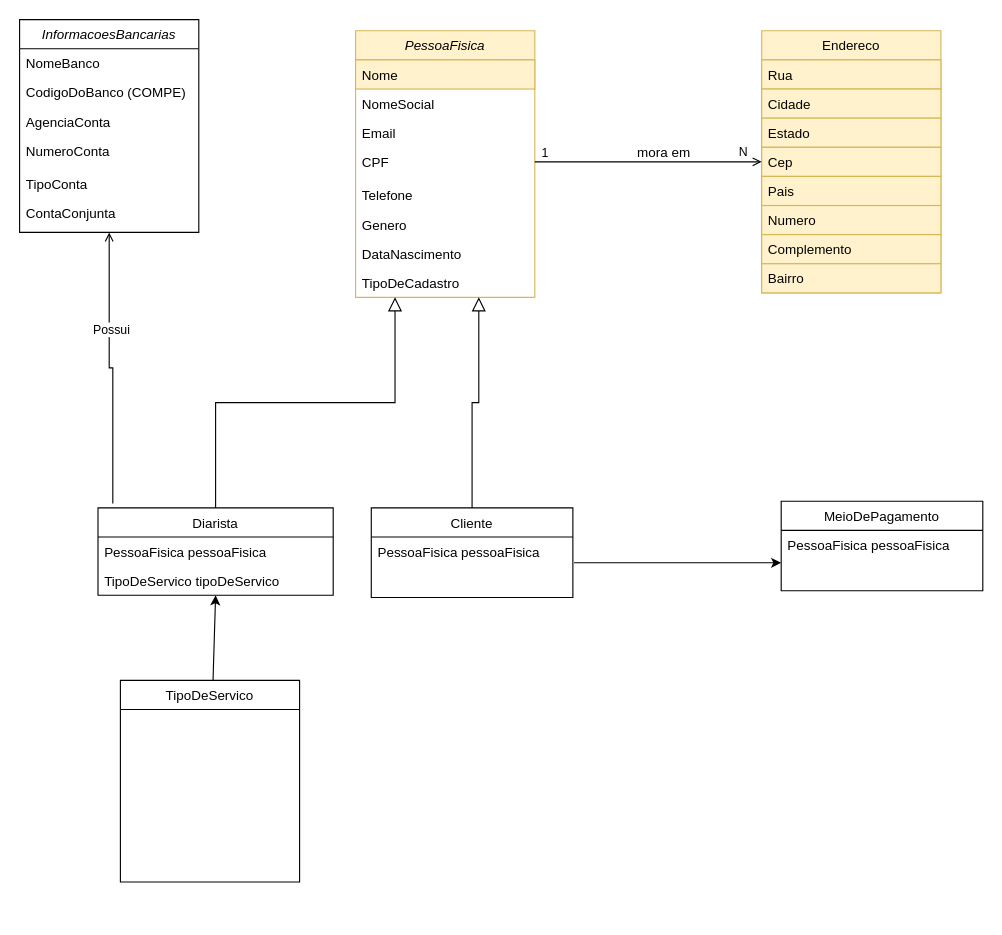
Above: Diagrama sem nome.drawio in diaristando/diaristando.server (draw.io), before the change. Source tidied: cells renumbered, new cells numbered last; positions are measured from the earlier drawing's top-left corner, leaving out a move shared by most shapes. Both pictures are drawn from the tidied source at 112%, with x=0, y=0 at pixel (19, 19).
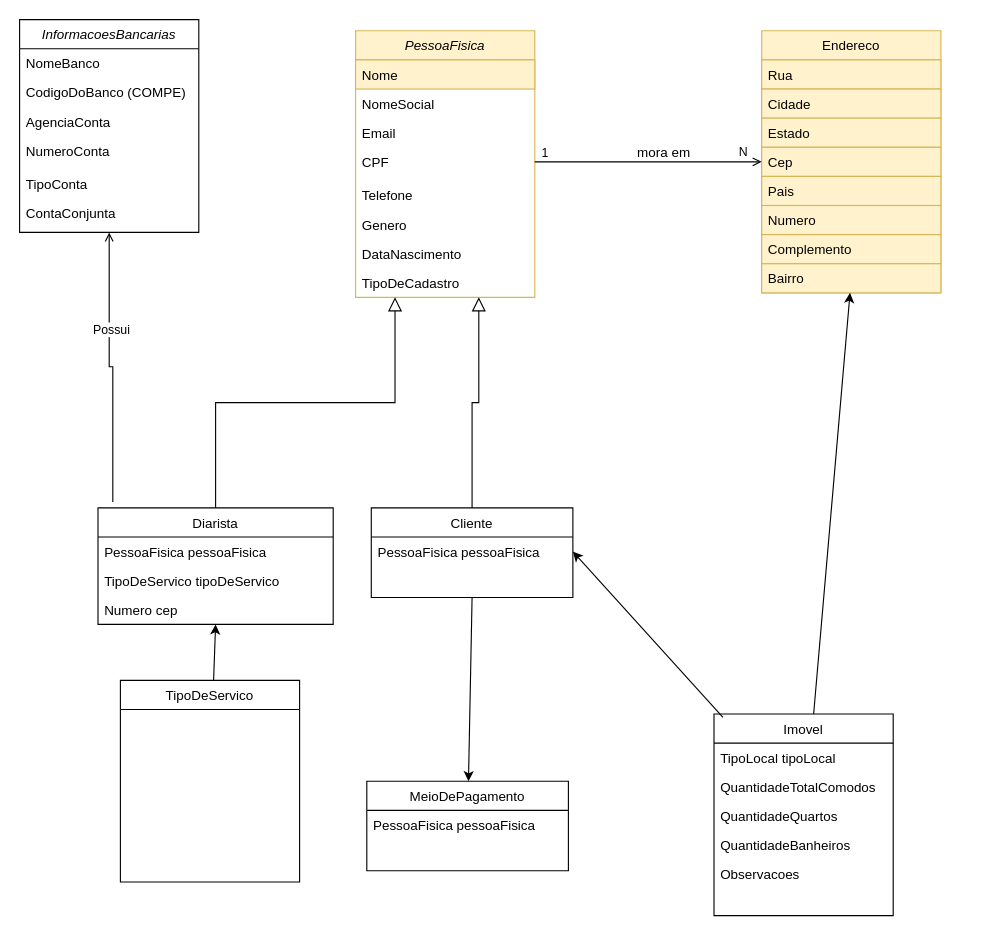
Above is the later version.

Unchanged cells that the change refers to:
```xml
<mxCell id="15" value="Cliente" style="swimlane;fontStyle=0;align=center;verticalAlign=top;horizontal=1;startSize=26;rounded=0;shadow=0;strokeWidth=1;" parent="1" vertex="1">
  <mxGeometry x="314" y="436" width="180" height="80" as="geometry" />
</mxCell>
<mxCell id="16" value="PessoaFisica pessoaFisica" style="text;align=left;verticalAlign=top;spacingLeft=4;spacingRight=4;overflow=hidden;points=[[0,0.5],[1,0.5]];portConstraint=eastwest;" parent="15" vertex="1">
  <mxGeometry y="26" width="180" height="26" as="geometry" />
</mxCell>
<mxCell id="26" value="Bairro" style="text;align=left;verticalAlign=top;spacingLeft=4;spacingRight=4;overflow=hidden;points=[[0,0.5],[1,0.5]];portConstraint=eastwest;fillColor=#fff2cc;strokeColor=#d6b656;" parent="18" vertex="1">
  <mxGeometry y="208" width="160" height="26" as="geometry" />
</mxCell>
```

Change to the diagram source:
```diff
@@
     <mxCell id="11" value="Diarista" style="swimlane;fontStyle=0;align=center;verticalAlign=top;horizontal=1;startSize=26;rounded=0;shadow=0;strokeWidth=1;" parent="1" vertex="1">
-      <mxGeometry x="70" y="436" width="210" height="78" as="geometry" />
+      <mxGeometry x="70" y="436" width="210" height="104" as="geometry" />
     </mxCell>
@@
+    <mxCell id="45" value="Numero cep" style="text;align=left;verticalAlign=top;spacingLeft=4;spacingRight=4;overflow=hidden;" parent="11" vertex="1">
+      <mxGeometry y="78" width="210" height="26" as="geometry" />
+    </mxCell>
@@
     <mxCell id="40" value="MeioDePagamento" style="swimlane;fontStyle=0;align=center;verticalAlign=top;horizontal=1;startSize=26;rounded=0;shadow=0;strokeWidth=1;" parent="1" vertex="1">
-      <mxGeometry x="680" y="430" width="180" height="80" as="geometry" />
+      <mxGeometry x="310" y="680" width="180" height="80" as="geometry" />
     </mxCell>
@@
-    <mxCell id="42" style="endArrow=classic;html=1;rounded=0;exitX=1.006;exitY=0.885;exitDx=0;exitDy=0;exitPerimeter=0;" parent="1" edge="1" source="16">
-      <mxGeometry relative="1" as="geometry">
-        <mxPoint x="680" y="485" as="targetPoint" />
-      </mxGeometry>
+    <mxCell id="42" style="endArrow=classic;html=1;rounded=0;exitX=0.5;exitY=1;exitDx=0;exitDy=0;" parent="1" edge="1" source="15" target="40">
+      <mxGeometry relative="1" as="geometry" />
     </mxCell>
@@
+    <mxCell id="46" value="Imovel" style="swimlane;fontStyle=0;align=center;verticalAlign=top;horizontal=1;startSize=26;rounded=0;shadow=0;strokeWidth=1;" parent="1" vertex="1">
+      <mxGeometry x="620" y="620" width="160" height="180" as="geometry" />
+    </mxCell>
+    <mxCell id="47" value="TipoLocal tipoLocal" style="text;align=left;verticalAlign=top;spacingLeft=4;spacingRight=4;overflow=hidden;" parent="46" vertex="1">
+      <mxGeometry y="26" width="160" height="26" as="geometry" />
+    </mxCell>
+    <mxCell id="48" value="QuantidadeTotalComodos" style="text;align=left;verticalAlign=top;spacingLeft=4;spacingRight=4;overflow=hidden;" parent="46" vertex="1">
+      <mxGeometry y="52" width="160" height="26" as="geometry" />
+    </mxCell>
+    <mxCell id="49" value="QuantidadeQuartos" style="text;align=left;verticalAlign=top;spacingLeft=4;spacingRight=4;overflow=hidden;" parent="46" vertex="1">
+      <mxGeometry y="78" width="160" height="26" as="geometry" />
+    </mxCell>
+    <mxCell id="50" value="QuantidadeBanheiros" style="text;align=left;verticalAlign=top;spacingLeft=4;spacingRight=4;overflow=hidden;" parent="46" vertex="1">
+      <mxGeometry y="104" width="160" height="26" as="geometry" />
+    </mxCell>
+    <mxCell id="51" value="Observacoes" style="text;align=left;verticalAlign=top;spacingLeft=4;spacingRight=4;overflow=hidden;" parent="46" vertex="1">
+      <mxGeometry y="130" width="160" height="26" as="geometry" />
+    </mxCell>
+    <mxCell id="52" style="endArrow=classic;html=1;rounded=0;exitX=0.556;exitY=0;exitDx=0;exitDy=0;exitPerimeter=0;" parent="1" edge="1" source="46" target="26">
+      <mxGeometry relative="1" as="geometry" />
+    </mxCell>
+    <mxCell id="53" style="endArrow=classic;html=1;rounded=0;exitX=0.05;exitY=0.017;exitDx=0;exitDy=0;exitPerimeter=0;entryX=1;entryY=0.5;entryDx=0;entryDy=0;" parent="1" edge="1" source="46" target="16">
+      <mxGeometry relative="1" as="geometry" />
+    </mxCell>
```
